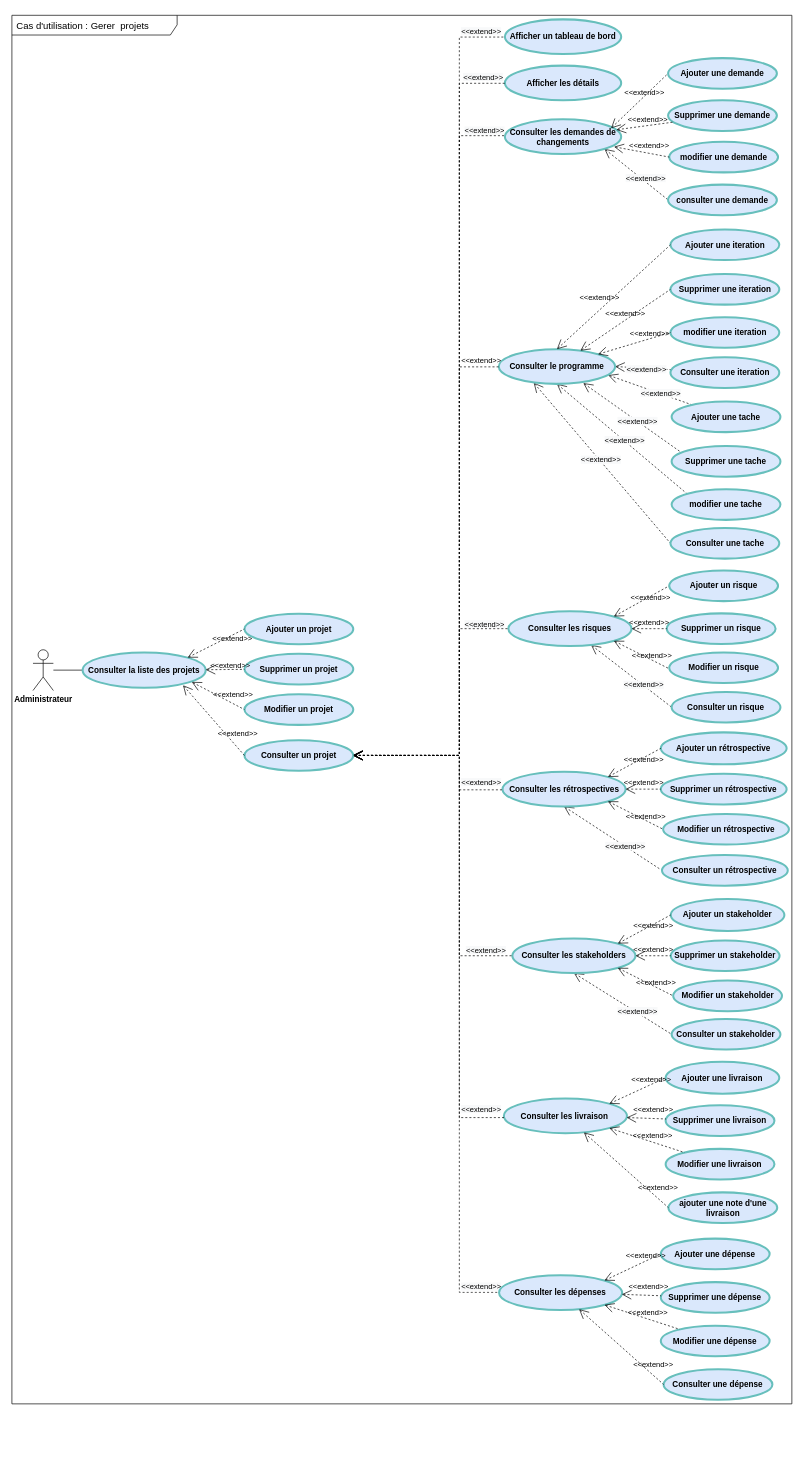
This is Project Use Case.drawio from ZidiMedAmine/UML, a draw.io file, before an edit. Source tidied: cells renumbered, new cells numbered last; positions are measured from the earlier drawing's top-left corner, leaving out a move shared by most shapes. Both pictures are drawn from the tidied source at 68%, with x=0, y=0 at pixel (12, 15).
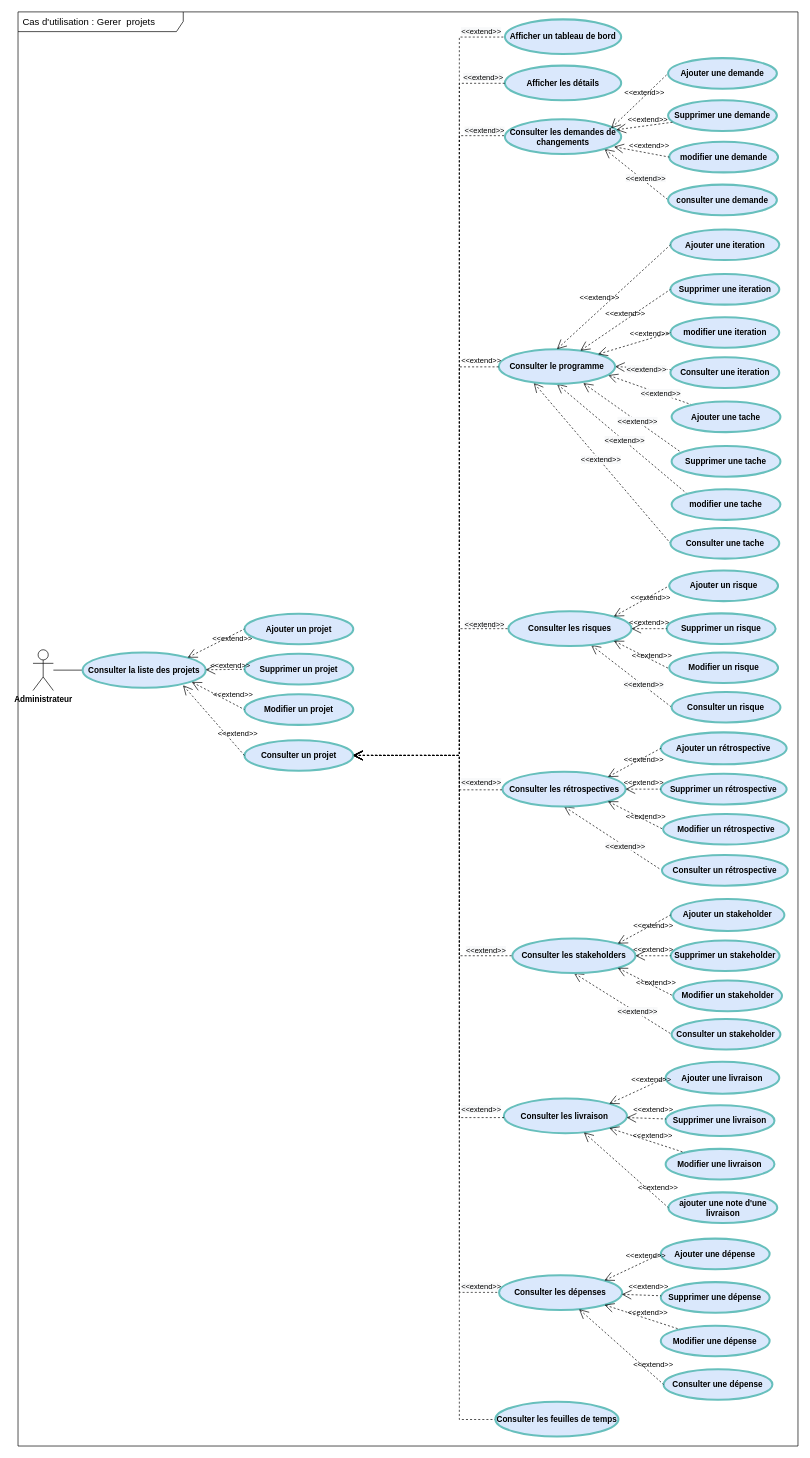
The same diagram, later.

Commit message (it also covers changes not shown here):
Mettre à jour Project Use Case.drawio

The change refers to these unchanged cells:
```xml
<mxCell id="21" value="Consulter un projet" style="shape=ellipse;html=1;strokeWidth=3;fontStyle=1;whiteSpace=wrap;align=center;perimeter=ellipsePerimeter;fillColor=#dae8fc;strokeColor=#67BFBC;" parent="1" vertex="1">
  <mxGeometry x="342" y="1066" width="160" height="45" as="geometry" />
</mxCell>
```

What changed in the source:
```diff
@@
     <mxCell id="2" value="&lt;div style=&quot;text-align: center&quot;&gt;&lt;span&gt;Cas d'utilisation : Gerer&amp;nbsp; projets&lt;/span&gt;&lt;/div&gt;" style="shape=umlFrame;tabPosition=left;html=1;boundedLbl=1;labelInHeader=1;width=243;height=29;swimlaneFillColor=#ffffff;align=left;spacingLeft=5;fontSize=14;" parent="1" vertex="1">
-      <mxGeometry width="1147" height="2042" as="geometry" />
+      <mxGeometry x="9" y="-5" width="1147" height="2109" as="geometry" />
     </mxCell>
@@
+    <mxCell id="114" style="edgeStyle=orthogonalEdgeStyle;rounded=0;jettySize=auto;html=1;labelBackgroundColor=none;endArrow=none;verticalAlign=bottom;startArrow=open;startSize=12;dashed=1;" parent="1" edge="1" source="21" target="115">
+      <mxGeometry relative="1" as="geometry">
+        <Array as="points">
+          <mxPoint x="658" y="1089" />
+          <mxPoint x="658" y="2065" />
+        </Array>
+      </mxGeometry>
+    </mxCell>
@@
+    <mxCell id="115" value="Consulter les feuilles de temps" style="shape=ellipse;html=1;strokeWidth=3;fontStyle=1;whiteSpace=wrap;align=center;perimeter=ellipsePerimeter;fillColor=#dae8fc;strokeColor=#67BFBC;" parent="1" vertex="1">
+      <mxGeometry x="711" y="2039" width="181" height="51" as="geometry" />
+    </mxCell>
```
